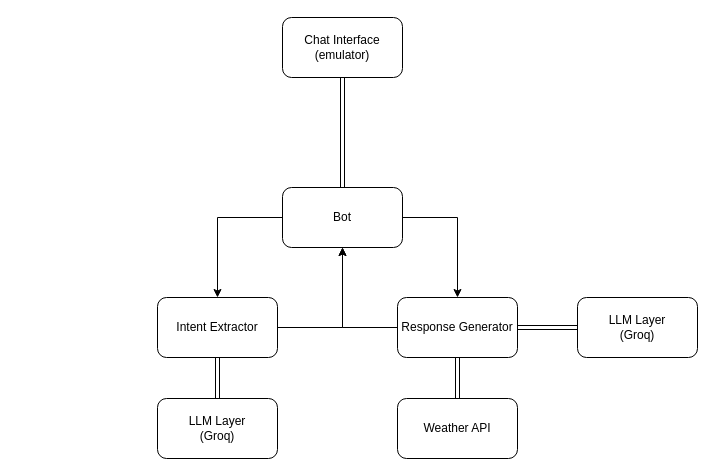
Above: IntelliB.drawio in Ahmed-moh-Afifi/IntelliB (draw.io), before the change. Source tidied: cells renumbered, new cells numbered last; positions are measured from the earlier drawing's top-left corner, leaving out a move shared by most shapes. Both pictures are drawn from the tidied source at 100%, with x=0, y=0 at pixel (157, 17).
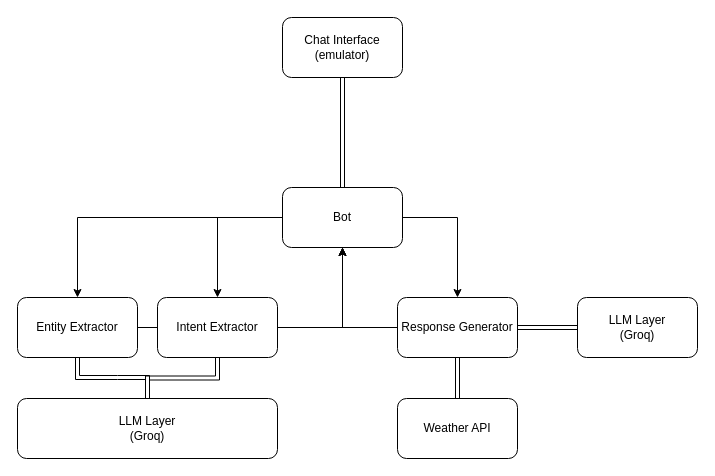
The same page after the edit.

Unchanged cells that the change refers to:
```xml
<mxCell id="12" value="Bot" style="rounded=1;whiteSpace=wrap;html=1;" parent="1" vertex="1">
  <mxGeometry x="125" y="170" width="120" height="60" as="geometry" />
</mxCell>
```

Change to the diagram source:
```diff
@@
-    <mxCell id="4" value="Intent Extractor" style="rounded=1;whiteSpace=wrap;html=1;" parent="1" vertex="1">
-      <mxGeometry y="280" width="120" height="60" as="geometry" />
-    </mxCell>
@@
+    <mxCell id="17" style="edgeStyle=none;html=1;entryX=0.5;entryY=0;entryDx=0;entryDy=0;rounded=0;curved=0;" parent="1" edge="1" source="12" target="20">
+      <mxGeometry relative="1" as="geometry">
+        <Array as="points">
+          <mxPoint x="-80" y="200" />
+        </Array>
+      </mxGeometry>
+    </mxCell>
@@
     <mxCell id="13" value="LLM Layer&lt;div&gt;(Groq)&lt;/div&gt;" style="rounded=1;whiteSpace=wrap;html=1;" parent="1" vertex="1">
-      <mxGeometry y="381" width="120" height="60" as="geometry" />
+      <mxGeometry x="-140" y="381" width="260" height="60" as="geometry" />
     </mxCell>
@@
+    <mxCell id="18" style="edgeStyle=none;html=1;entryX=0.5;entryY=0;entryDx=0;entryDy=0;rounded=0;curved=0;shape=link;" parent="1" edge="1" source="20" target="13">
+      <mxGeometry relative="1" as="geometry">
+        <Array as="points">
+          <mxPoint x="-80" y="360" />
+          <mxPoint x="-40" y="360" />
+          <mxPoint x="-10" y="360" />
+        </Array>
+      </mxGeometry>
+    </mxCell>
+    <mxCell id="19" style="edgeStyle=none;html=1;entryX=0.5;entryY=1;entryDx=0;entryDy=0;rounded=0;curved=0;" parent="1" edge="1" source="20" target="12">
+      <mxGeometry relative="1" as="geometry">
+        <Array as="points">
+          <mxPoint x="185" y="310" />
+        </Array>
+      </mxGeometry>
+    </mxCell>
+    <mxCell id="20" value="Entity Extractor" style="rounded=1;whiteSpace=wrap;html=1;" parent="1" vertex="1">
+      <mxGeometry x="-140" y="280" width="120" height="60" as="geometry" />
+    </mxCell>
+    <mxCell id="4" value="Intent Extractor" style="rounded=1;whiteSpace=wrap;html=1;" parent="1" vertex="1">
+      <mxGeometry y="280" width="120" height="60" as="geometry" />
+    </mxCell>
```
